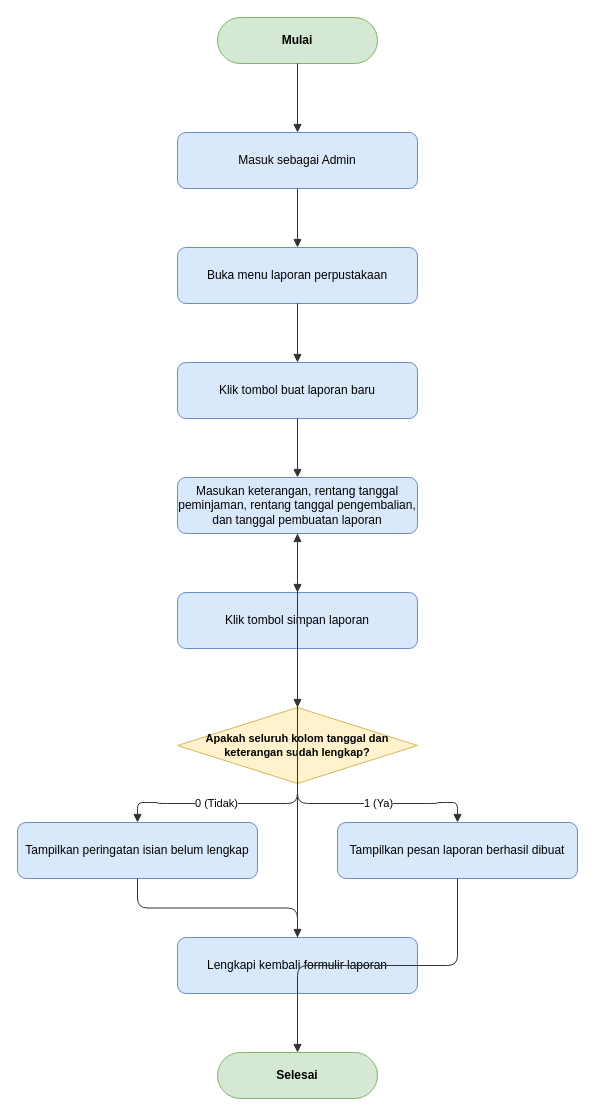
The draw.io diagram docs/diagrams/flowchart/flowchart-createlaporan.drawio in dimstyle/ruang-baca, before the edit. Source tidied: cells renumbered, new cells numbered last; positions are measured from the earlier drawing's top-left corner, leaving out a move shared by most shapes. Both pictures are drawn from the tidied source at 100%, with x=0, y=0 at pixel (17, 17).
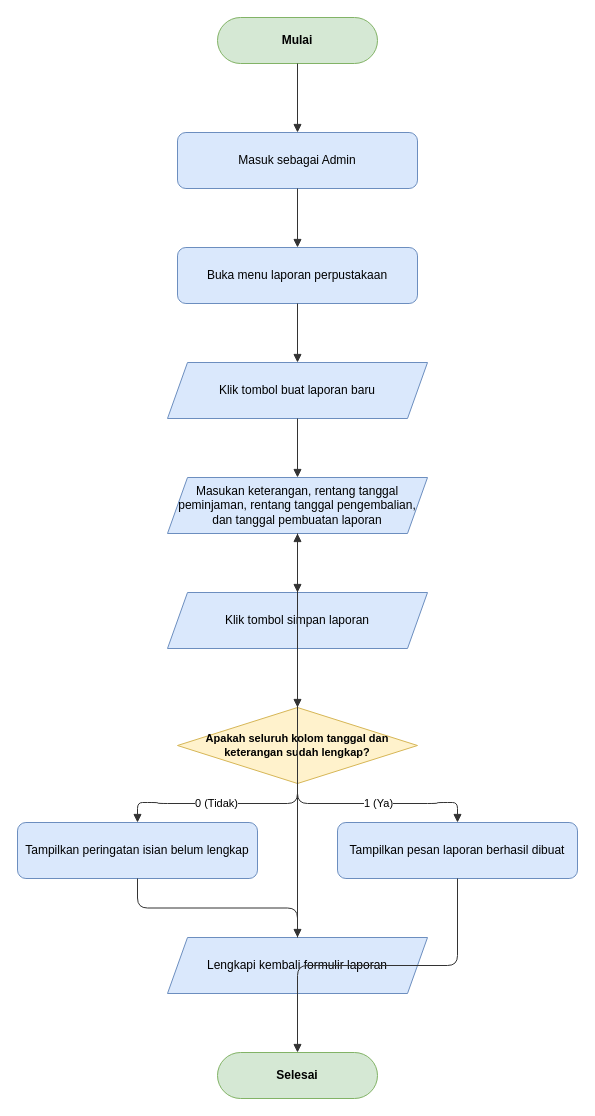
After the change.

Change to the diagram source:
```diff
@@
-    <mxCell id="5" value="Klik tombol buat laporan baru" style="rounded=1;whiteSpace=wrap;html=1;fillColor=#dae8fc;strokeColor=#6c8ebf;fontSize=12;" parent="1" vertex="1">
-      <mxGeometry x="160" y="345" width="240" height="56" as="geometry" />
+    <mxCell id="5" value="Klik tombol buat laporan baru" style="shape=parallelogram;perimeter=parallelogramPerimeter;whiteSpace=wrap;html=1;fixedSize=1;fillColor=#dae8fc;strokeColor=#6c8ebf;fontSize=12;" parent="1" vertex="1">
+      <mxGeometry x="150" y="345" width="260" height="56" as="geometry" />
     </mxCell>
-    <mxCell id="6" value="Masukan keterangan, rentang tanggal peminjaman, rentang tanggal pengembalian, dan tanggal pembuatan laporan" style="rounded=1;whiteSpace=wrap;html=1;fillColor=#dae8fc;strokeColor=#6c8ebf;fontSize=12;" parent="1" vertex="1">
-      <mxGeometry x="160" y="460" width="240" height="56" as="geometry" />
+    <mxCell id="6" value="Masukan keterangan, rentang tanggal peminjaman, rentang tanggal pengembalian, dan tanggal pembuatan laporan" style="shape=parallelogram;perimeter=parallelogramPerimeter;whiteSpace=wrap;html=1;fixedSize=1;fillColor=#dae8fc;strokeColor=#6c8ebf;fontSize=12;" parent="1" vertex="1">
+      <mxGeometry x="150" y="460" width="260" height="56" as="geometry" />
     </mxCell>
-    <mxCell id="7" value="Klik tombol simpan laporan" style="rounded=1;whiteSpace=wrap;html=1;fillColor=#dae8fc;strokeColor=#6c8ebf;fontSize=12;" parent="1" vertex="1">
-      <mxGeometry x="160" y="575" width="240" height="56" as="geometry" />
+    <mxCell id="7" value="Klik tombol simpan laporan" style="shape=parallelogram;perimeter=parallelogramPerimeter;whiteSpace=wrap;html=1;fixedSize=1;fillColor=#dae8fc;strokeColor=#6c8ebf;fontSize=12;" parent="1" vertex="1">
+      <mxGeometry x="150" y="575" width="260" height="56" as="geometry" />
     </mxCell>
@@
-    <mxCell id="11" value="Lengkapi kembali formulir laporan" style="rounded=1;whiteSpace=wrap;html=1;fillColor=#dae8fc;strokeColor=#6c8ebf;fontSize=12;" parent="1" vertex="1">
-      <mxGeometry x="160" y="920" width="240" height="56" as="geometry" />
+    <mxCell id="11" value="Lengkapi kembali formulir laporan" style="shape=parallelogram;perimeter=parallelogramPerimeter;whiteSpace=wrap;html=1;fixedSize=1;fillColor=#dae8fc;strokeColor=#6c8ebf;fontSize=12;" parent="1" vertex="1">
+      <mxGeometry x="150" y="920" width="260" height="56" as="geometry" />
     </mxCell>
```
